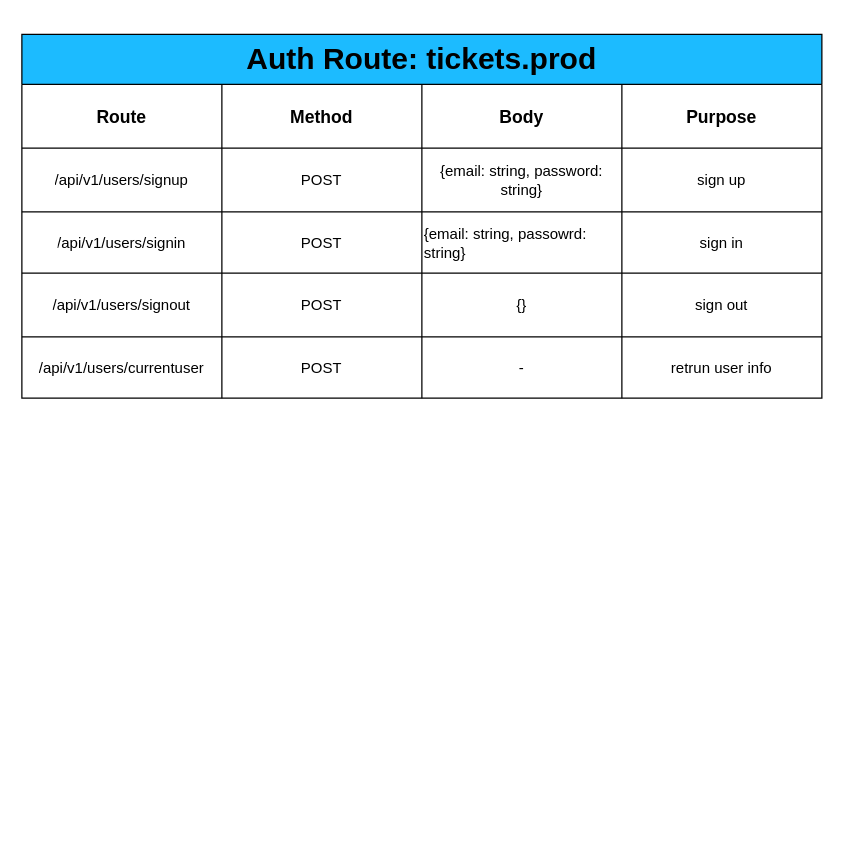
Above: page "Auth Routes" (2 of 2) of tickets/tickets_schema.drawio in webmastersmith/microservices-grinder (draw.io), before the change. Source tidied: cells renumbered, new cells numbered last; positions are measured from the earlier drawing's top-left corner, leaving out a move shared by most shapes. Both pictures are drawn from the tidied source at 125%, with x=0, y=0 at pixel (21, 34).
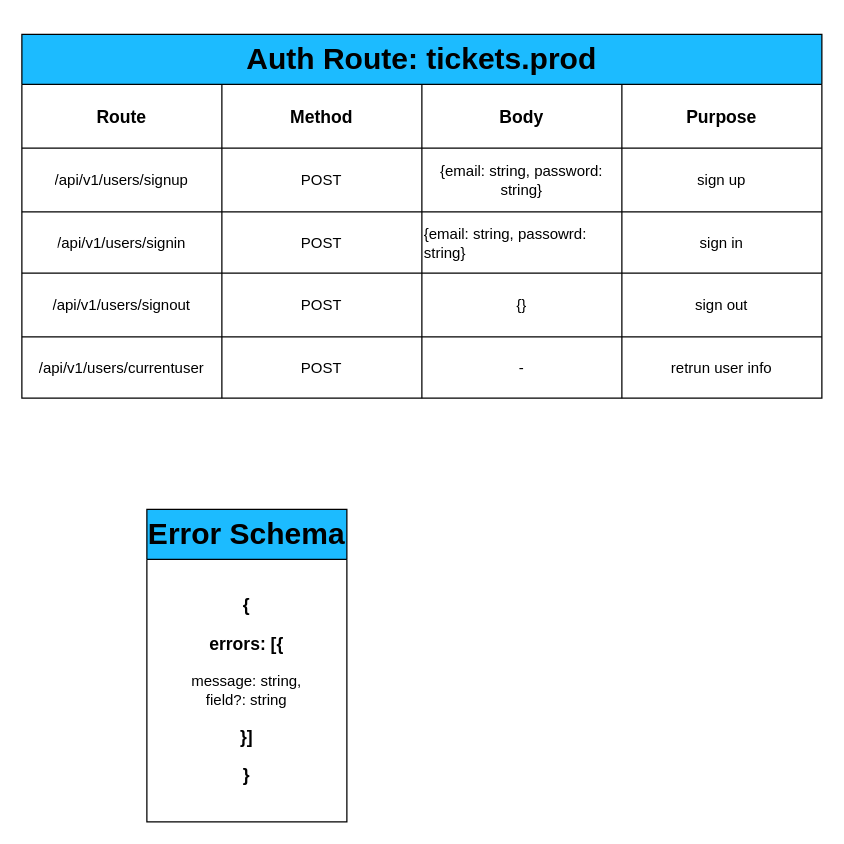
The same page after the edit.

Commit message (it also covers changes not shown here):
add error handling

What changed in the source:
```diff
@@
+    <mxCell id="28" value="&lt;h1&gt;Error Schema&lt;/h1&gt;" style="shape=table;html=1;whiteSpace=wrap;startSize=40;childLayout=tableLayout;strokeWidth=1;fillColor=#1CBBFF;strokeColor=#000000;fontColor=#000000;" parent="1" vertex="1">
+      <mxGeometry x="100" y="380" width="160" height="250" as="geometry" />
+    </mxCell>
+    <mxCell id="29" style="shape=tableRow;horizontal=0;startSize=0;swimlaneHead=0;swimlaneBody=0;top=0;left=0;bottom=0;right=0;fillColor=none;strokeWidth=1;strokeColor=#000000;fontColor=#000000;" parent="28" vertex="1">
+      <mxGeometry y="40" width="160" height="210" as="geometry" />
+    </mxCell>
+    <mxCell id="30" value="&lt;h3&gt;{&lt;/h3&gt;&lt;h3&gt;errors: [{&lt;/h3&gt;&lt;div&gt;message: string,&lt;/div&gt;&lt;div&gt;field?: string&lt;/div&gt;&lt;h3&gt;}]&lt;/h3&gt;&lt;h3&gt;}&lt;/h3&gt;" style="shape=partialRectangle;html=1;whiteSpace=wrap;fillColor=none;top=0;left=0;bottom=0;right=0;overflow=hidden;strokeWidth=1;strokeColor=#000000;fontColor=#000000;" parent="29" vertex="1">
+      <mxGeometry width="160" height="210" as="geometry" />
+    </mxCell>
```
